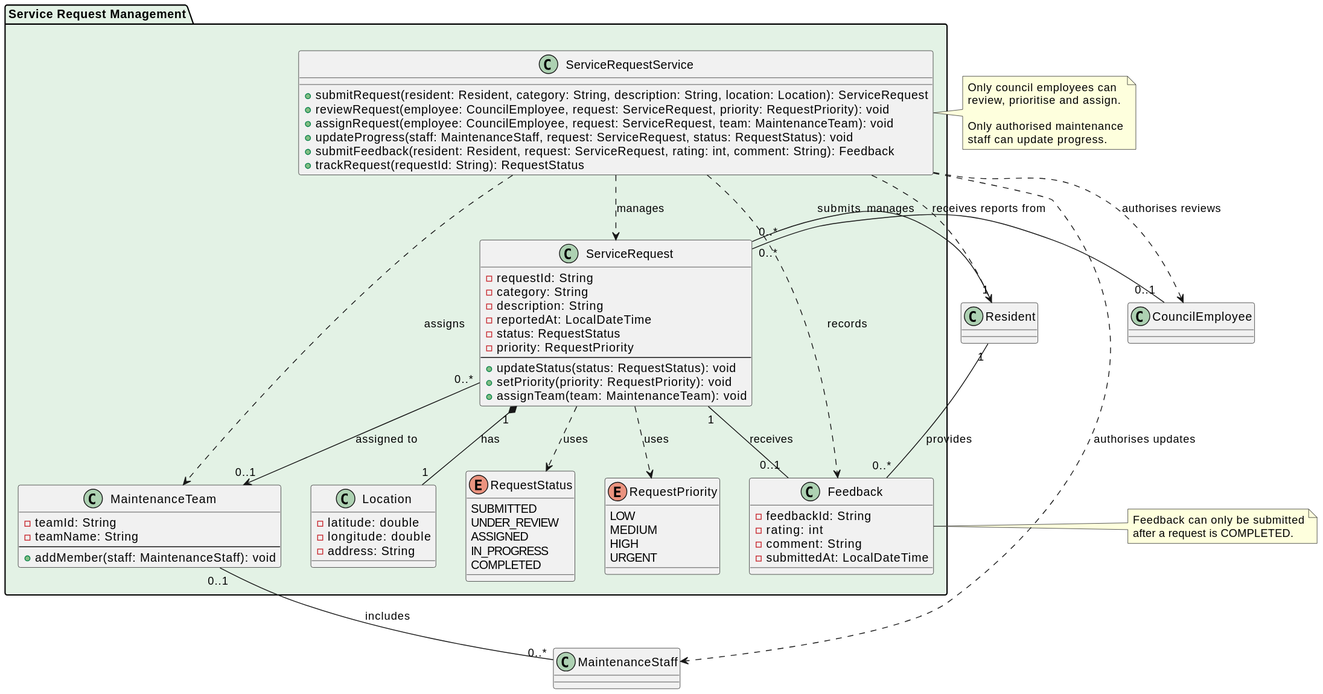
Before: out/docs/uml/modules/service-request/service-request.svg, a diagram exported from PlantUML (gg-sajanbasnet/ICT602-MEL_S2_2026-1).
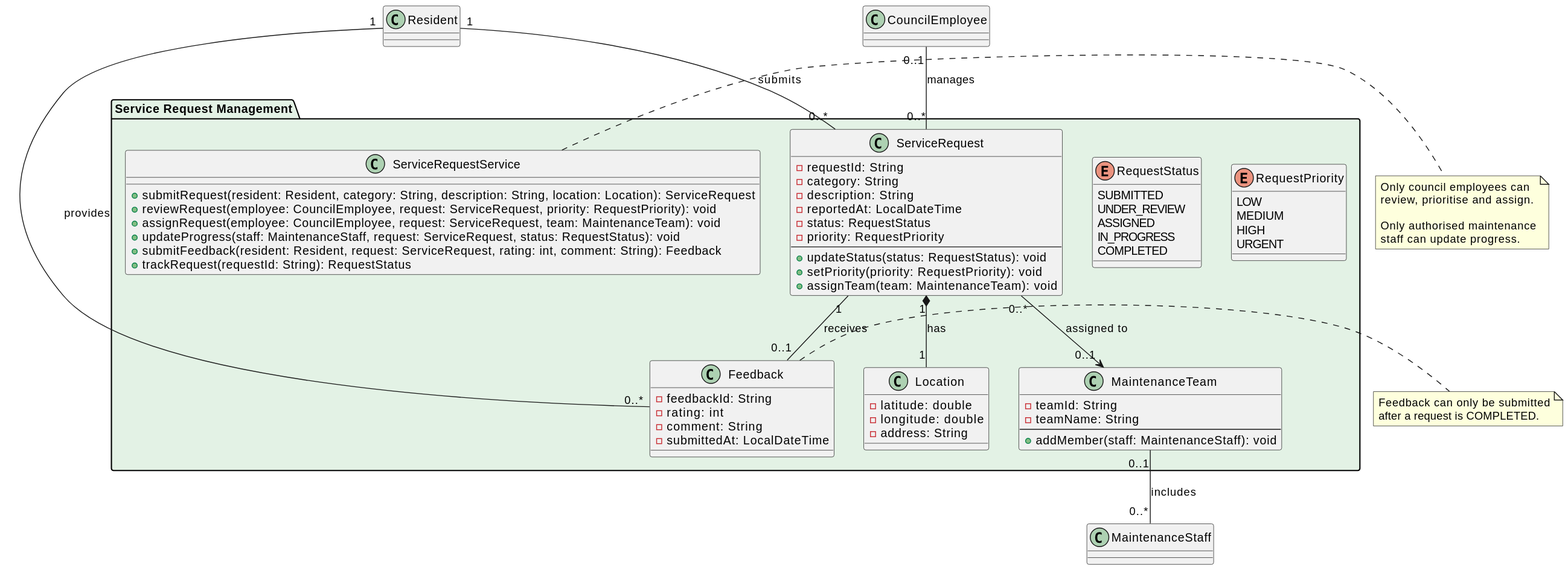
Above is the later version.

Change to the diagram source:
```diff
@@ -61,26 +61,18 @@
 
 
 Resident "1" -- "0..*" ServiceRequest : submits
+
 Resident "1" -- "0..*" Feedback : provides
 
 ServiceRequest "1" *-- "1" Location : has
 
 ServiceRequest "0..*" --> "0..1" MaintenanceTeam : assigned to
+
 ServiceRequest "1" -- "0..1" Feedback : receives
 
 MaintenanceTeam "0..1" -- "0..*" MaintenanceStaff : includes
+
 CouncilEmployee "0..1" -- "0..*" ServiceRequest : manages
-
-ServiceRequest ..> RequestStatus : uses
-ServiceRequest ..> RequestPriority : uses
-
-
-ServiceRequestService ..> ServiceRequest : manages
-ServiceRequestService ..> Resident : receives reports from
-ServiceRequestService ..> CouncilEmployee : authorises reviews
-ServiceRequestService ..> MaintenanceStaff : authorises updates
-ServiceRequestService ..> MaintenanceTeam : assigns
-ServiceRequestService ..> Feedback : records
 
 
 note right of Feedback
```
